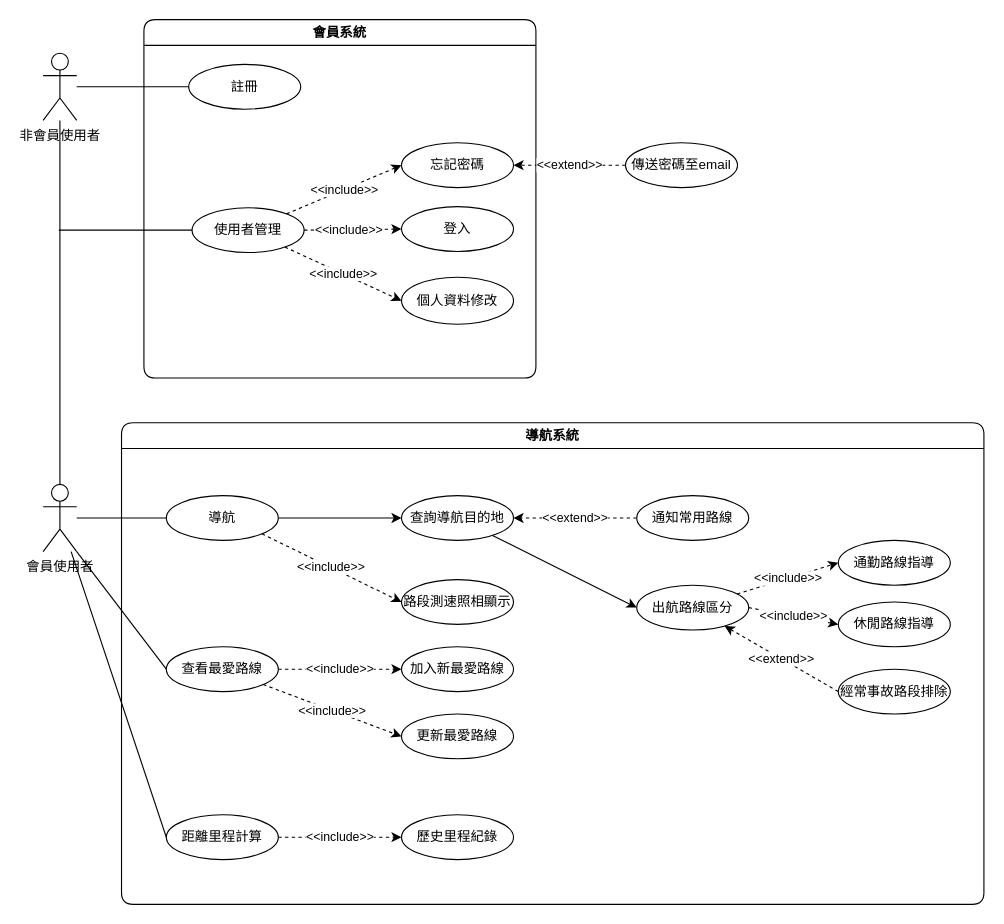
The draw.io diagram anypar/使用案例圖.drawio in CHINGYUTU/project, before the edit. Source tidied: cells renumbered, new cells numbered last; positions are measured from the earlier drawing's top-left corner, leaving out a move shared by most shapes. Both pictures are drawn from the tidied source at 112%, with x=0, y=0 at pixel (43, 19).
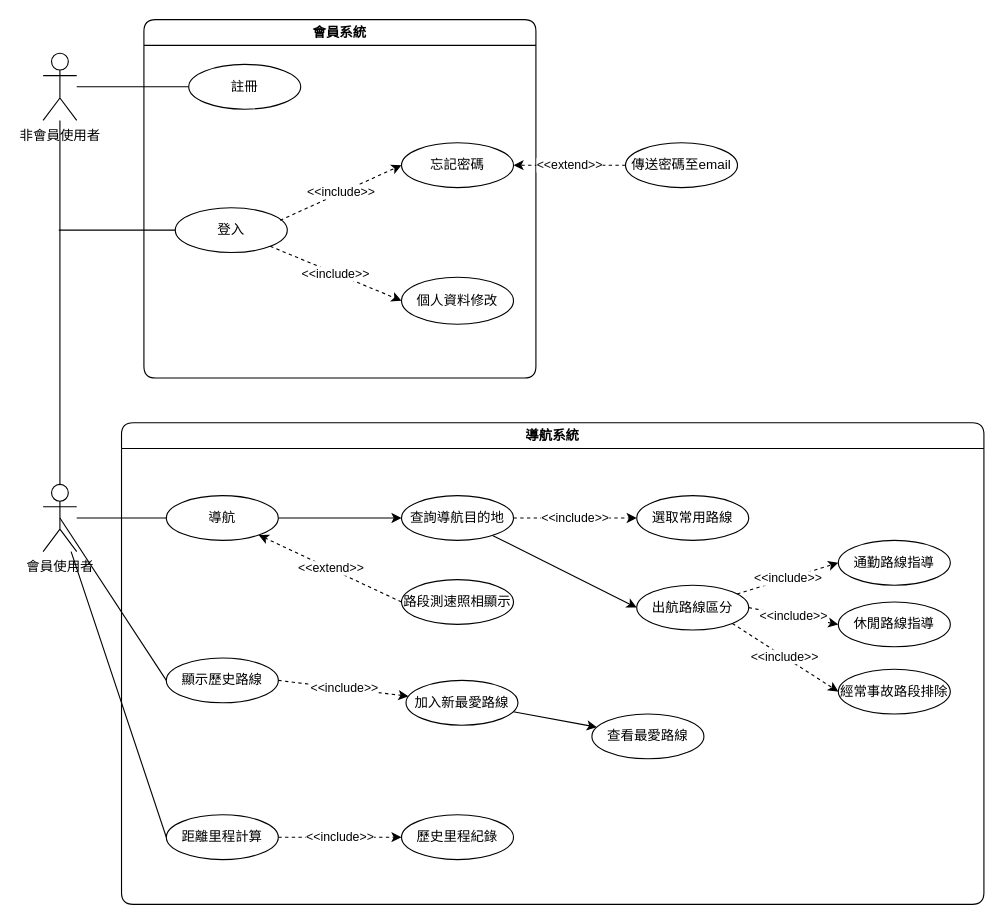
The same page after the edit.

Unchanged cells that the change refers to:
```xml
<mxCell id="6" value="會員使用者" style="shape=umlActor;verticalLabelPosition=bottom;verticalAlign=top;html=1;outlineConnect=0;" parent="1" vertex="1">
  <mxGeometry y="415" width="30" height="60" as="geometry" />
</mxCell>
<mxCell id="10" value="導航" style="ellipse;whiteSpace=wrap;html=1;" parent="1" vertex="1">
  <mxGeometry x="110" y="425" width="100" height="40" as="geometry" />
</mxCell>
<mxCell id="12" value="查詢導航目的地" style="ellipse;whiteSpace=wrap;html=1;" parent="1" vertex="1">
  <mxGeometry x="320" y="425" width="100" height="40" as="geometry" />
</mxCell>
<mxCell id="14" value="出航路線區分" style="ellipse;whiteSpace=wrap;html=1;" parent="1" vertex="1">
  <mxGeometry x="530" y="505" width="100" height="40" as="geometry" />
</mxCell>
<mxCell id="15" value="路段測速照相顯示" style="ellipse;whiteSpace=wrap;html=1;" parent="1" vertex="1">
  <mxGeometry x="320" y="500" width="100" height="40" as="geometry" />
</mxCell>
<mxCell id="22" value="會員系統" style="swimlane;whiteSpace=wrap;html=1;rounded=1;" parent="1" vertex="1">
  <mxGeometry x="90" width="350" height="320" as="geometry" />
</mxCell>
<mxCell id="23" value="忘記密碼" style="ellipse;whiteSpace=wrap;html=1;" parent="22" vertex="1">
  <mxGeometry x="230" y="110" width="100" height="40" as="geometry" />
</mxCell>
<mxCell id="28" value="個人資料修改" style="ellipse;whiteSpace=wrap;html=1;" parent="22" vertex="1">
  <mxGeometry x="230" y="230" width="100" height="42" as="geometry" />
</mxCell>
<mxCell id="39" value="經常事故路段排除" style="ellipse;whiteSpace=wrap;html=1;" parent="1" vertex="1">
  <mxGeometry x="710" y="580" width="100" height="40" as="geometry" />
</mxCell>
<mxCell id="45" value="導航系統" style="swimlane;whiteSpace=wrap;html=1;rounded=1;" parent="1" vertex="1">
  <mxGeometry x="70" y="360" width="770" height="430" as="geometry" />
</mxCell>
```

Diff of the diagram source:
```diff
@@
-    <mxCell id="4" style="rounded=0;jettySize=auto;html=1;exitX=1;exitY=1;exitDx=0;exitDy=0;exitPerimeter=0;endArrow=none;endFill=0;entryX=0;entryY=0.5;entryDx=0;entryDy=0;" parent="1" edge="1" source="6" target="17">
-      <mxGeometry relative="1" as="geometry" />
-    </mxCell>
@@
+    <mxCell id="46" style="rounded=0;jettySize=auto;html=1;exitX=0.5;exitY=0.5;exitDx=0;exitDy=0;exitPerimeter=0;entryX=0;entryY=0.5;entryDx=0;entryDy=0;endArrow=none;endFill=0;" parent="1" edge="1" source="6" target="53">
+      <mxGeometry relative="1" as="geometry" />
+    </mxCell>
@@
-    <mxCell id="9" value="&amp;lt;&amp;lt;include&amp;gt;&amp;gt;" style="rounded=0;jettySize=auto;html=1;exitX=1;exitY=1;exitDx=0;exitDy=0;dashed=1;entryX=0;entryY=0.5;entryDx=0;entryDy=0;" parent="1" edge="1" source="10" target="15">
-      <mxGeometry relative="1" as="geometry" />
-    </mxCell>
+    <mxCell id="47" value="&amp;lt;&amp;lt;extend&amp;gt;&amp;gt;" style="rounded=0;jettySize=auto;html=1;exitX=0;exitY=0.5;exitDx=0;exitDy=0;dashed=1;" parent="1" edge="1" source="15" target="10">
+      <mxGeometry relative="1" as="geometry" />
+    </mxCell>
@@
+    <mxCell id="48" value="&amp;lt;&amp;lt;include&amp;gt;&amp;gt;" style="rounded=0;jettySize=auto;html=1;dashed=1;" parent="1" edge="1" source="12" target="49">
+      <mxGeometry relative="1" as="geometry" />
+    </mxCell>
@@
-    <mxCell id="16" value="&amp;lt;&amp;lt;include&amp;gt;&amp;gt;" style="rounded=0;jettySize=auto;html=1;dashed=1;" parent="1" edge="1" source="17" target="18">
-      <mxGeometry relative="1" as="geometry" />
-    </mxCell>
-    <mxCell id="17" value="查看最愛路線" style="ellipse;whiteSpace=wrap;html=1;" parent="1" vertex="1">
-      <mxGeometry x="110" y="560" width="100" height="40" as="geometry" />
-    </mxCell>
-    <mxCell id="18" value="加入新最愛路線" style="ellipse;whiteSpace=wrap;html=1;" parent="1" vertex="1">
-      <mxGeometry x="320" y="560" width="100" height="40" as="geometry" />
-    </mxCell>
-    <mxCell id="19" value="&amp;lt;&amp;lt;extend&amp;gt;&amp;gt;" style="edgeStyle=orthogonalEdgeStyle;rounded=0;jettySize=auto;html=1;dashed=1;" parent="1" edge="1" source="20" target="12">
-      <mxGeometry relative="1" as="geometry" />
-    </mxCell>
-    <mxCell id="20" value="通知常用路線" style="ellipse;whiteSpace=wrap;html=1;" parent="1" vertex="1">
-      <mxGeometry x="530" y="425" width="100" height="40" as="geometry" />
-    </mxCell>
+    <mxCell id="49" value="選取常用路線" style="ellipse;whiteSpace=wrap;html=1;" parent="1" vertex="1">
+      <mxGeometry x="530" y="425" width="100" height="40" as="geometry" />
+    </mxCell>
@@
-    <mxCell id="24" style="rounded=0;jettySize=auto;html=1;dashed=1;entryX=0;entryY=0.5;entryDx=0;entryDy=0;exitX=1;exitY=0.5;exitDx=0;exitDy=0;" parent="22" edge="1" source="27" target="26">
-      <mxGeometry relative="1" as="geometry" />
-    </mxCell>
-    <mxCell id="25" value="&amp;lt;&amp;lt;include&amp;gt;&amp;gt;" style="edgeLabel;html=1;align=center;verticalAlign=middle;" parent="24" vertex="1">
-      <mxGeometry x="-0.37" y="1" relative="1" as="geometry">
-        <mxPoint x="13" y="1" as="offset" />
-      </mxGeometry>
-    </mxCell>
     <mxCell id="26" value="登入" style="ellipse;whiteSpace=wrap;html=1;" parent="22" vertex="1">
-      <mxGeometry x="230" y="167" width="100" height="40" as="geometry" />
+      <mxGeometry x="28" y="168" width="100" height="40" as="geometry" />
     </mxCell>
-    <mxCell id="27" value="使用者管理" style="ellipse;whiteSpace=wrap;html=1;" parent="22" vertex="1">
-      <mxGeometry x="43" y="168" width="100" height="40" as="geometry" />
-    </mxCell>
@@
-    <mxCell id="29" value="&amp;lt;&amp;lt;include&amp;gt;&amp;gt;" style="endArrow=classic;html=1;rounded=0;dashed=1;entryX=0;entryY=0.5;entryDx=0;entryDy=0;" parent="22" edge="1" source="27" target="23">
-      <mxGeometry relative="1" as="geometry" />
-    </mxCell>
-    <mxCell id="30" value="&amp;lt;&amp;lt;include&amp;gt;&amp;gt;" style="endArrow=classic;html=1;rounded=0;dashed=1;entryX=0;entryY=0.5;entryDx=0;entryDy=0;" parent="22" edge="1" source="27" target="28">
-      <mxGeometry relative="1" as="geometry" />
-    </mxCell>
+    <mxCell id="50" value="&amp;lt;&amp;lt;include&amp;gt;&amp;gt;" style="endArrow=classic;html=1;rounded=0;dashed=1;entryX=0;entryY=0.5;entryDx=0;entryDy=0;exitX=0.936;exitY=0.28;exitDx=0;exitDy=0;exitPerimeter=0;" parent="22" edge="1" source="26" target="23">
+      <mxGeometry relative="1" as="geometry" />
+    </mxCell>
+    <mxCell id="51" value="&amp;lt;&amp;lt;include&amp;gt;&amp;gt;" style="endArrow=classic;html=1;rounded=0;dashed=1;entryX=0;entryY=0.5;entryDx=0;entryDy=0;" parent="22" edge="1" source="26" target="28">
+      <mxGeometry relative="1" as="geometry" />
+    </mxCell>
@@
-    <mxCell id="32" style="endArrow=none;html=1;rounded=0;" parent="1" edge="1" target="27">
-      <mxGeometry relative="1" as="geometry">
-        <mxPoint x="14" y="188" as="sourcePoint" />
-      </mxGeometry>
-    </mxCell>
+    <mxCell id="52" style="endArrow=none;html=1;rounded=0;entryX=0;entryY=0.5;entryDx=0;entryDy=0;" parent="1" edge="1" target="26">
+      <mxGeometry relative="1" as="geometry">
+        <mxPoint x="14" y="188" as="sourcePoint" />
+      </mxGeometry>
+    </mxCell>
@@
-    <mxCell id="38" value="&amp;lt;&amp;lt;extend&amp;gt;&amp;gt;" style="rounded=0;jettySize=auto;html=1;dashed=1;exitX=0;exitY=0.5;exitDx=0;exitDy=0;" parent="1" edge="1" source="39" target="14">
-      <mxGeometry relative="1" as="geometry" />
-    </mxCell>
@@
-    <mxCell id="40" value="&amp;lt;&amp;lt;include&amp;gt;&amp;gt;" style="rounded=0;jettySize=auto;html=1;dashed=1;entryX=0;entryY=0.5;entryDx=0;entryDy=0;" parent="1" edge="1" source="17" target="41">
-      <mxGeometry relative="1" as="geometry" />
-    </mxCell>
-    <mxCell id="41" value="更新最愛路線" style="ellipse;whiteSpace=wrap;html=1;" parent="1" vertex="1">
-      <mxGeometry x="320" y="620" width="100" height="40" as="geometry" />
-    </mxCell>
@@
+    <mxCell id="17" value="查看最愛路線" style="ellipse;whiteSpace=wrap;html=1;" parent="45" vertex="1">
+      <mxGeometry x="420" y="260" width="100" height="40" as="geometry" />
+    </mxCell>
+    <mxCell id="53" value="顯示歷史路線" style="ellipse;whiteSpace=wrap;html=1;" parent="45" vertex="1">
+      <mxGeometry x="40" y="210" width="100" height="40" as="geometry" />
+    </mxCell>
+    <mxCell id="54" style="rounded=0;jettySize=auto;html=1;" parent="45" edge="1" source="18" target="17">
+      <mxGeometry relative="1" as="geometry" />
+    </mxCell>
+    <mxCell id="18" value="加入新最愛路線" style="ellipse;whiteSpace=wrap;html=1;" parent="45" vertex="1">
+      <mxGeometry x="254" y="230" width="100" height="40" as="geometry" />
+    </mxCell>
+    <mxCell id="55" value="&amp;lt;&amp;lt;include&amp;gt;&amp;gt;" style="rounded=0;jettySize=auto;html=1;dashed=1;exitX=1;exitY=0.5;exitDx=0;exitDy=0;" parent="45" edge="1" source="53" target="18">
+      <mxGeometry relative="1" as="geometry" />
+    </mxCell>
+    <mxCell id="56" value="&amp;lt;&amp;lt;include&amp;gt;&amp;gt;" style="rounded=0;jettySize=auto;html=1;dashed=1;exitX=1;exitY=1;exitDx=0;exitDy=0;entryX=0;entryY=0.5;entryDx=0;entryDy=0;" parent="1" edge="1" source="14" target="39">
+      <mxGeometry relative="1" as="geometry" />
+    </mxCell>
```
